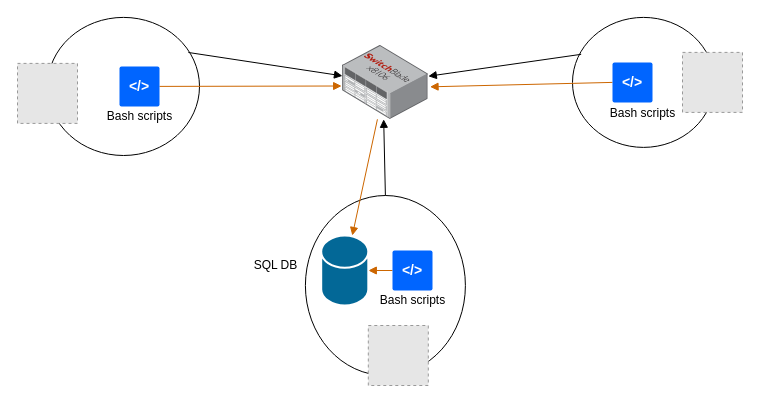
This is cluster_architecture.drawio from mark-p-mcd/hello-world, a draw.io file, before an edit. Source tidied: cells renumbered, new cells numbered last; positions are measured from the earlier drawing's top-left corner, leaving out a move shared by most shapes. Both pictures are drawn from the tidied source at 100%, with x=0, y=0 at pixel (17, 17). Pictures stored in the file or linked from it are replaced by grey dashed boxes.
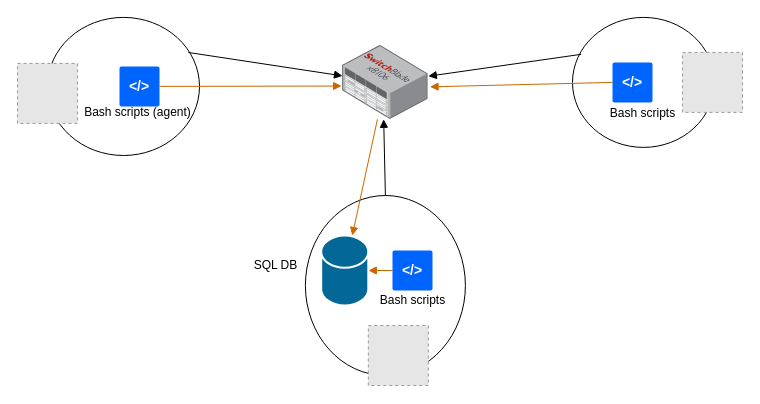
Above is the later version.

What changed in the source:
```diff
@@
-    <mxCell id="22" value="Bash scripts" style="text;html=1;align=center;verticalAlign=middle;strokeColor=none;fillColor=none;" parent="1" vertex="1">
-      <mxGeometry x="82" y="88.9" width="80" height="20" as="geometry" />
+    <mxCell id="22" value="Bash scripts (agent)" style="text;html=1;align=center;verticalAlign=middle;strokeColor=none;fillColor=none;" parent="1" vertex="1">
+      <mxGeometry x="60" y="84.9" width="120" height="20" as="geometry" />
     </mxCell>
```
